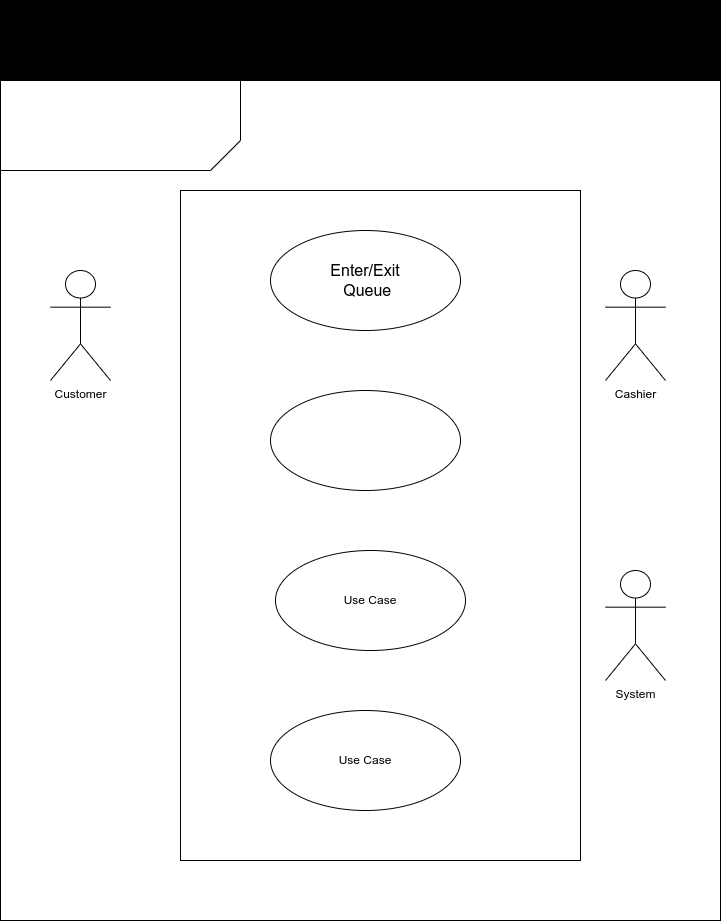
The draw.io diagram Checout-Queue-Workflow.drawio.png in Aayush181509/Checkout-Simulation, before a commit. Source tidied: cells renumbered, new cells last; positions are measured from the earlier drawing's top-left corner, leaving out a move shared by most shapes.
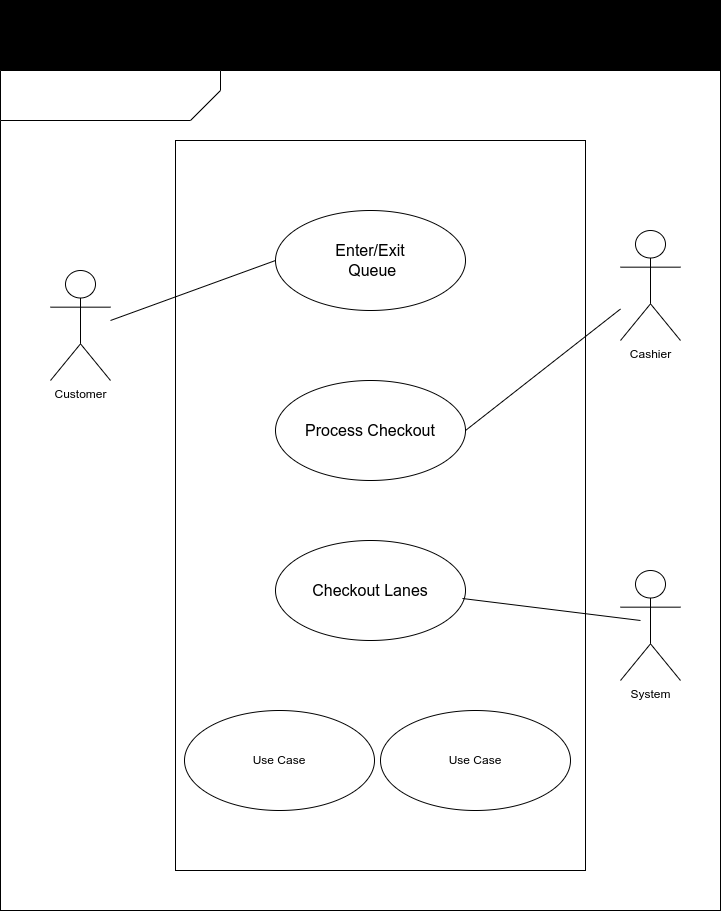
Above is the later version.

Diff of the diagram source:
```diff
@@ -6,34 +6,50 @@
       <mxGeometry x="40" width="680" height="80" as="geometry" />
     </mxCell>
     <mxCell id="3" style="rounded=0;whiteSpace=wrap;html=1;" parent="1" vertex="1">
-      <mxGeometry y="80" width="720" height="840" as="geometry" />
+      <mxGeometry y="70" width="720" height="840" as="geometry" />
     </mxCell>
     <mxCell id="4" style="shape=card;whiteSpace=wrap;html=1;rotation=-180;" parent="1" vertex="1">
-      <mxGeometry y="80" width="240" height="90" as="geometry" />
+      <mxGeometry y="70" width="220" height="50" as="geometry" />
     </mxCell>
     <mxCell id="5" value="Customer" style="shape=umlActor;verticalLabelPosition=bottom;verticalAlign=top;html=1;" parent="1" vertex="1">
       <mxGeometry x="50" y="270" width="60" height="110" as="geometry" />
     </mxCell>
     <mxCell id="6" style="rounded=0;whiteSpace=wrap;html=1;" parent="1" vertex="1">
-      <mxGeometry x="180" y="190" width="400" height="670" as="geometry" />
+      <mxGeometry x="175" y="140" width="410" height="730" as="geometry" />
     </mxCell>
     <mxCell id="7" value="&lt;font style=&quot;font-size: 16px;&quot;&gt;Enter/Exit&lt;br&gt;&amp;nbsp;Queue&lt;/font&gt;" style="ellipse;whiteSpace=wrap;html=1;" parent="1" vertex="1">
-      <mxGeometry x="270" y="230" width="190" height="100" as="geometry" />
+      <mxGeometry x="275" y="210" width="190" height="100" as="geometry" />
     </mxCell>
-    <mxCell id="8" style="ellipse;whiteSpace=wrap;html=1;" parent="1" vertex="1">
-      <mxGeometry x="270" y="390" width="190" height="100" as="geometry" />
+    <mxCell id="8" value="&lt;font style=&quot;font-size: 16px;&quot;&gt;Process Checkout&lt;/font&gt;" style="ellipse;whiteSpace=wrap;html=1;" parent="1" vertex="1">
+      <mxGeometry x="275" y="380" width="190" height="100" as="geometry" />
     </mxCell>
-    <mxCell id="9" value="Use Case" style="ellipse;whiteSpace=wrap;html=1;" parent="1" vertex="1">
-      <mxGeometry x="275" y="550" width="190" height="100" as="geometry" />
+    <mxCell id="9" value="&lt;font style=&quot;font-size: 16px;&quot;&gt;Checkout Lanes&lt;/font&gt;" style="ellipse;whiteSpace=wrap;html=1;" parent="1" vertex="1">
+      <mxGeometry x="275" y="540" width="190" height="100" as="geometry" />
     </mxCell>
     <mxCell id="10" value="Use Case" style="ellipse;whiteSpace=wrap;html=1;" parent="1" vertex="1">
-      <mxGeometry x="270" y="710" width="190" height="100" as="geometry" />
+      <mxGeometry x="184" y="710" width="190" height="100" as="geometry" />
     </mxCell>
     <mxCell id="11" value="Cashier" style="shape=umlActor;verticalLabelPosition=bottom;verticalAlign=top;html=1;outlineConnect=0;" parent="1" vertex="1">
-      <mxGeometry x="605" y="270" width="60" height="110" as="geometry" />
+      <mxGeometry x="620" y="230" width="60" height="110" as="geometry" />
     </mxCell>
     <mxCell id="12" value="System" style="shape=umlActor;verticalLabelPosition=bottom;verticalAlign=top;html=1;" parent="1" vertex="1">
-      <mxGeometry x="605" y="570" width="60" height="110" as="geometry" />
+      <mxGeometry x="620" y="570" width="60" height="110" as="geometry" />
     </mxCell>
+    <mxCell id="13" style="endArrow=none;html=1;rounded=0;entryX=0;entryY=0.5;entryDx=0;entryDy=0;" parent="1" edge="1" target="7">
+      <mxGeometry relative="1" as="geometry">
+        <mxPoint x="110" y="320" as="sourcePoint" />
+      </mxGeometry>
+    </mxCell>
+    <mxCell id="14" style="endArrow=none;html=1;rounded=0;exitX=1;exitY=0.5;exitDx=0;exitDy=0;" parent="1" edge="1" source="8" target="11">
+      <mxGeometry relative="1" as="geometry" />
+    </mxCell>
+    <mxCell id="15" style="endArrow=none;html=1;rounded=0;exitX=0.984;exitY=0.58;exitDx=0;exitDy=0;exitPerimeter=0;" parent="1" edge="1" source="9">
+      <mxGeometry relative="1" as="geometry">
+        <mxPoint x="640" y="620" as="targetPoint" />
+      </mxGeometry>
+    </mxCell>
+    <mxCell id="16" value="Use Case" style="ellipse;whiteSpace=wrap;html=1;" parent="1" vertex="1">
+      <mxGeometry x="380" y="710" width="190" height="100" as="geometry" />
+    </mxCell>
   </root>
 </mxGraphModel>
```
